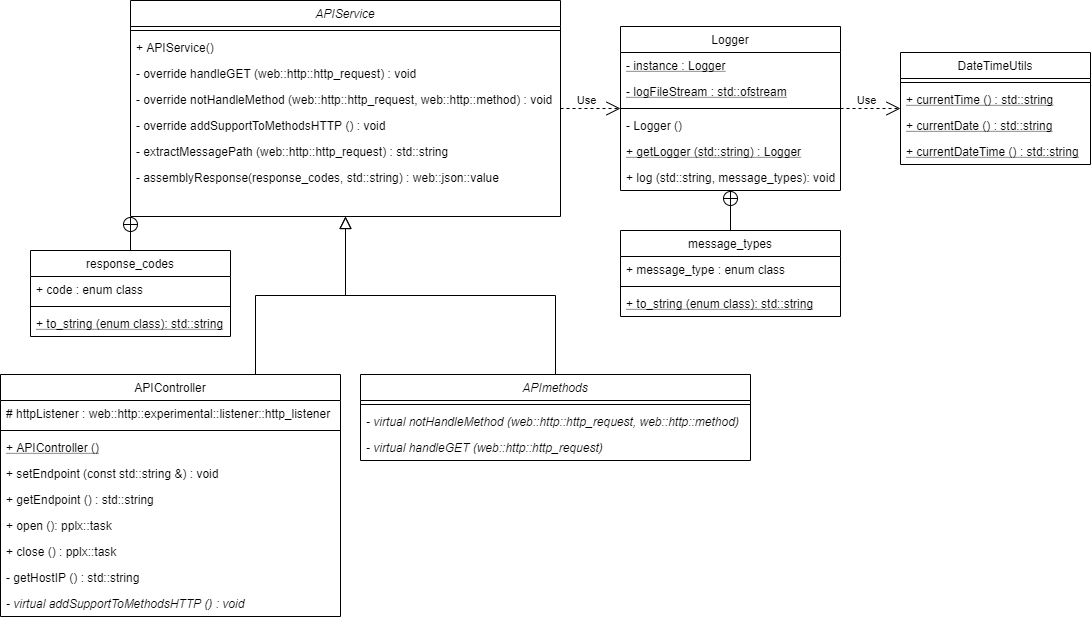
The draw.io diagram rest-api/documents/uml-class-diagram.png in MariMendM/cpp-sandbox, before a commit. Source tidied: cells renumbered, new cells last; positions are measured from the earlier drawing's top-left corner, leaving out a move shared by most shapes.
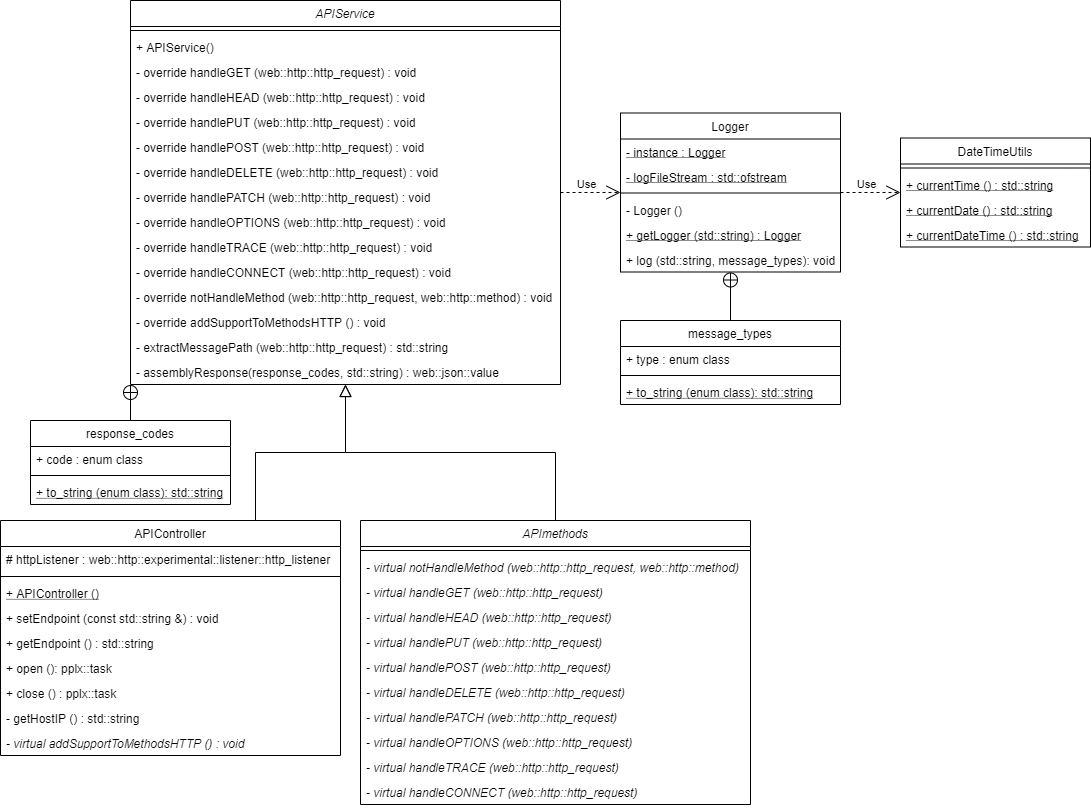
After the commit.

Diff of the diagram source:
```diff
@@ -3,31 +3,55 @@
     <mxCell id="0" />
     <mxCell id="1" parent="0" />
     <mxCell id="2" value="APIService" style="swimlane;fontStyle=2;align=center;verticalAlign=top;horizontal=1;startSize=26;rounded=0;shadow=0;strokeWidth=1;" parent="1" vertex="1">
-      <mxGeometry x="130" width="430" height="216" as="geometry" />
+      <mxGeometry x="140" y="-30" width="430" height="384" as="geometry" />
     </mxCell>
     <mxCell id="3" style="line;html=1;strokeWidth=1;align=left;verticalAlign=middle;spacingTop=-1;spacingLeft=3;spacingRight=3;labelPosition=right;" parent="2" vertex="1">
       <mxGeometry y="26" width="430" height="8" as="geometry" />
     </mxCell>
-    <mxCell id="4" value="+ APIService()" style="text;align=left;verticalAlign=top;spacingLeft=4;spacingRight=4;overflow=hidden;" parent="2" vertex="1">
-      <mxGeometry y="34" width="430" height="26" as="geometry" />
+    <mxCell id="4" value="+ APIService()" style="text;align=left;verticalAlign=top;spacingLeft=4;spacingRight=4;overflow=hidden;spacing=2;fontSize=12;" parent="2" vertex="1">
+      <mxGeometry y="34" width="430" height="25" as="geometry" />
     </mxCell>
-    <mxCell id="5" value="- override handleGET (web::http::http_request) : void" style="text;align=left;verticalAlign=top;spacingLeft=4;spacingRight=4;overflow=hidden;" parent="2" vertex="1">
-      <mxGeometry y="60" width="430" height="26" as="geometry" />
+    <mxCell id="5" value="- override handleGET (web::http::http_request) : void" style="text;align=left;verticalAlign=top;spacingLeft=4;spacingRight=4;overflow=hidden;spacing=2;fontSize=12;" parent="2" vertex="1">
+      <mxGeometry y="59" width="430" height="25" as="geometry" />
     </mxCell>
+    <mxCell id="50" value="- override handleHEAD (web::http::http_request) : void" style="text;align=left;verticalAlign=top;spacingLeft=4;spacingRight=4;overflow=hidden;fontStyle=0;spacing=2;fontSize=12;" parent="2" vertex="1">
+      <mxGeometry y="84" width="430" height="25" as="geometry" />
+    </mxCell>
+    <mxCell id="51" value="- override handlePUT (web::http::http_request) : void" style="text;align=left;verticalAlign=top;spacingLeft=4;spacingRight=4;overflow=hidden;fontStyle=0;spacing=2;fontSize=12;" parent="2" vertex="1">
+      <mxGeometry y="109" width="430" height="25" as="geometry" />
+    </mxCell>
+    <mxCell id="52" value="- override handlePOST (web::http::http_request) : void" style="text;align=left;verticalAlign=top;spacingLeft=4;spacingRight=4;overflow=hidden;fontStyle=0;spacing=2;fontSize=12;" parent="2" vertex="1">
+      <mxGeometry y="134" width="430" height="25" as="geometry" />
+    </mxCell>
+    <mxCell id="53" value="- override handleDELETE (web::http::http_request) : void" style="text;align=left;verticalAlign=top;spacingLeft=4;spacingRight=4;overflow=hidden;fontStyle=0;spacing=2;fontSize=12;" parent="2" vertex="1">
+      <mxGeometry y="159" width="430" height="25" as="geometry" />
+    </mxCell>
+    <mxCell id="54" value="- override handlePATCH (web::http::http_request) : void" style="text;align=left;verticalAlign=top;spacingLeft=4;spacingRight=4;overflow=hidden;fontStyle=0;spacing=2;fontSize=12;" parent="2" vertex="1">
+      <mxGeometry y="184" width="430" height="25" as="geometry" />
+    </mxCell>
+    <mxCell id="55" value="- override handleOPTIONS (web::http::http_request) : void" style="text;align=left;verticalAlign=top;spacingLeft=4;spacingRight=4;overflow=hidden;fontStyle=0;spacing=2;fontSize=12;" parent="2" vertex="1">
+      <mxGeometry y="209" width="430" height="25" as="geometry" />
+    </mxCell>
+    <mxCell id="56" value="- override handleTRACE (web::http::http_request) : void" style="text;align=left;verticalAlign=top;spacingLeft=4;spacingRight=4;overflow=hidden;fontStyle=0;spacing=2;fontSize=12;" parent="2" vertex="1">
+      <mxGeometry y="234" width="430" height="25" as="geometry" />
+    </mxCell>
+    <mxCell id="57" value="- override handleCONNECT (web::http::http_request) : void" style="text;align=left;verticalAlign=top;spacingLeft=4;spacingRight=4;overflow=hidden;fontStyle=0;spacing=2;fontSize=12;" parent="2" vertex="1">
+      <mxGeometry y="259" width="430" height="25" as="geometry" />
+    </mxCell>
-    <mxCell id="6" value="- override notHandleMethod (web::http::http_request, web::http::method) : void" style="text;align=left;verticalAlign=top;spacingLeft=4;spacingRight=4;overflow=hidden;" parent="2" vertex="1">
-      <mxGeometry y="86" width="430" height="26" as="geometry" />
+    <mxCell id="6" value="- override notHandleMethod (web::http::http_request, web::http::method) : void" style="text;align=left;verticalAlign=top;spacingLeft=4;spacingRight=4;overflow=hidden;spacing=2;fontSize=12;" parent="2" vertex="1">
+      <mxGeometry y="284" width="430" height="25" as="geometry" />
     </mxCell>
-    <mxCell id="7" value="- override addSupportToMethodsHTTP () : void" style="text;align=left;verticalAlign=top;spacingLeft=4;spacingRight=4;overflow=hidden;" parent="2" vertex="1">
-      <mxGeometry y="112" width="430" height="26" as="geometry" />
+    <mxCell id="7" value="- override addSupportToMethodsHTTP () : void" style="text;align=left;verticalAlign=top;spacingLeft=4;spacingRight=4;overflow=hidden;spacing=2;fontSize=12;" parent="2" vertex="1">
+      <mxGeometry y="309" width="430" height="25" as="geometry" />
     </mxCell>
-    <mxCell id="8" value="- extractMessagePath (web::http::http_request) : std::string" style="text;align=left;verticalAlign=top;spacingLeft=4;spacingRight=4;overflow=hidden;" parent="2" vertex="1">
-      <mxGeometry y="138" width="430" height="26" as="geometry" />
+    <mxCell id="8" value="- extractMessagePath (web::http::http_request) : std::string" style="text;align=left;verticalAlign=top;spacingLeft=4;spacingRight=4;overflow=hidden;spacing=2;fontSize=12;" parent="2" vertex="1">
+      <mxGeometry y="334" width="430" height="25" as="geometry" />
     </mxCell>
-    <mxCell id="9" value="- assemblyResponse(response_codes, std::string) : web::json::value" style="text;align=left;verticalAlign=top;spacingLeft=4;spacingRight=4;overflow=hidden;" parent="2" vertex="1">
-      <mxGeometry y="164" width="430" height="26" as="geometry" />
+    <mxCell id="9" value="- assemblyResponse(response_codes, std::string) : web::json::value" style="text;align=left;verticalAlign=top;spacingLeft=4;spacingRight=4;overflow=hidden;spacing=2;fontSize=12;" parent="2" vertex="1">
+      <mxGeometry y="359" width="430" height="25" as="geometry" />
     </mxCell>
     <mxCell id="10" value="APIController" style="swimlane;fontStyle=0;align=center;verticalAlign=top;horizontal=1;startSize=26;rounded=0;shadow=0;strokeWidth=1;" parent="1" vertex="1">
-      <mxGeometry y="374" width="340" height="242" as="geometry" />
+      <mxGeometry x="10" y="490" width="340" height="235" as="geometry" />
     </mxCell>
     <mxCell id="11" value="# httpListener : web::http::experimental::listener::http_listener" style="text;align=left;verticalAlign=top;spacingLeft=4;spacingRight=4;overflow=hidden;" parent="10" vertex="1">
       <mxGeometry y="26" width="340" height="26" as="geometry" />
@@ -36,62 +60,86 @@
       <mxGeometry y="52" width="340" height="8" as="geometry" />
     </mxCell>
     <mxCell id="13" value="+ APIController ()" style="text;align=left;verticalAlign=top;spacingLeft=4;spacingRight=4;overflow=hidden;fontStyle=4;" parent="10" vertex="1">
-      <mxGeometry y="60" width="340" height="26" as="geometry" />
+      <mxGeometry y="60" width="340" height="25" as="geometry" />
     </mxCell>
     <mxCell id="14" value="+ setEndpoint (const std::string &amp;) : void" style="text;align=left;verticalAlign=top;spacingLeft=4;spacingRight=4;overflow=hidden;" parent="10" vertex="1">
-      <mxGeometry y="86" width="340" height="26" as="geometry" />
+      <mxGeometry y="85" width="340" height="25" as="geometry" />
     </mxCell>
     <mxCell id="15" value="+ getEndpoint () : std::string" style="text;align=left;verticalAlign=top;spacingLeft=4;spacingRight=4;overflow=hidden;" parent="10" vertex="1">
-      <mxGeometry y="112" width="340" height="26" as="geometry" />
+      <mxGeometry y="110" width="340" height="25" as="geometry" />
     </mxCell>
     <mxCell id="16" value="+ open (): pplx::task" style="text;align=left;verticalAlign=top;spacingLeft=4;spacingRight=4;overflow=hidden;" parent="10" vertex="1">
-      <mxGeometry y="138" width="340" height="26" as="geometry" />
+      <mxGeometry y="135" width="340" height="25" as="geometry" />
     </mxCell>
     <mxCell id="17" value="+ close () : pplx::task" style="text;align=left;verticalAlign=top;spacingLeft=4;spacingRight=4;overflow=hidden;" parent="10" vertex="1">
-      <mxGeometry y="164" width="340" height="26" as="geometry" />
+      <mxGeometry y="160" width="340" height="25" as="geometry" />
     </mxCell>
     <mxCell id="18" value="- getHostIP () : std::string" style="text;align=left;verticalAlign=top;spacingLeft=4;spacingRight=4;overflow=hidden;fontStyle=0;" parent="10" vertex="1">
-      <mxGeometry y="190" width="340" height="26" as="geometry" />
+      <mxGeometry y="185" width="340" height="25" as="geometry" />
     </mxCell>
     <mxCell id="19" value="- virtual addSupportToMethodsHTTP () : void" style="text;align=left;verticalAlign=top;spacingLeft=4;spacingRight=4;overflow=hidden;fontStyle=2;" parent="10" vertex="1">
-      <mxGeometry y="216" width="340" height="26" as="geometry" />
+      <mxGeometry y="210" width="340" height="25" as="geometry" />
     </mxCell>
     <mxCell id="20" style="endArrow=block;endSize=10;endFill=0;shadow=0;strokeWidth=1;rounded=0;edgeStyle=elbowEdgeStyle;elbow=vertical;exitX=0.75;exitY=0;exitDx=0;exitDy=0;" parent="1" edge="1" source="10" target="2">
       <mxGeometry relative="1" as="geometry" />
     </mxCell>
     <mxCell id="21" value="Logger" style="swimlane;fontStyle=0;align=center;verticalAlign=top;horizontal=1;startSize=26;rounded=0;shadow=0;strokeWidth=1;" parent="1" vertex="1">
-      <mxGeometry x="620" y="26" width="220" height="164" as="geometry" />
+      <mxGeometry x="630" y="82.5" width="220" height="159" as="geometry" />
     </mxCell>
     <mxCell id="22" value="- instance : Logger" style="text;align=left;verticalAlign=top;spacingLeft=4;spacingRight=4;overflow=hidden;fontStyle=4;" parent="21" vertex="1">
-      <mxGeometry y="26" width="220" height="26" as="geometry" />
+      <mxGeometry y="26" width="220" height="25" as="geometry" />
     </mxCell>
     <mxCell id="23" value="- logFileStream : std::ofstream" style="text;align=left;verticalAlign=top;spacingLeft=4;spacingRight=4;overflow=hidden;fontStyle=4;" parent="21" vertex="1">
-      <mxGeometry y="52" width="220" height="26" as="geometry" />
+      <mxGeometry y="51" width="220" height="25" as="geometry" />
     </mxCell>
     <mxCell id="24" style="line;html=1;strokeWidth=1;align=left;verticalAlign=middle;spacingTop=-1;spacingLeft=3;spacingRight=3;labelPosition=right;" parent="21" vertex="1">
-      <mxGeometry y="78" width="220" height="8" as="geometry" />
+      <mxGeometry y="76" width="220" height="8" as="geometry" />
     </mxCell>
     <mxCell id="25" value="- Logger ()" style="text;align=left;verticalAlign=top;spacingLeft=4;spacingRight=4;overflow=hidden;" parent="21" vertex="1">
-      <mxGeometry y="86" width="220" height="26" as="geometry" />
+      <mxGeometry y="84" width="220" height="25" as="geometry" />
     </mxCell>
     <mxCell id="26" value="+ getLogger (std::string) : Logger" style="text;align=left;verticalAlign=top;spacingLeft=4;spacingRight=4;overflow=hidden;fontStyle=4;" parent="21" vertex="1">
-      <mxGeometry y="112" width="220" height="26" as="geometry" />
+      <mxGeometry y="109" width="220" height="25" as="geometry" />
     </mxCell>
     <mxCell id="27" value="+ log (std::string, message_types): void" style="text;align=left;verticalAlign=top;spacingLeft=4;spacingRight=4;overflow=hidden;" parent="21" vertex="1">
-      <mxGeometry y="138" width="220" height="26" as="geometry" />
+      <mxGeometry y="134" width="220" height="25" as="geometry" />
     </mxCell>
     <mxCell id="28" value="APImethods" style="swimlane;fontStyle=2;align=center;verticalAlign=top;horizontal=1;startSize=26;rounded=0;shadow=0;strokeWidth=1;" parent="1" vertex="1">
-      <mxGeometry x="360" y="374" width="390" height="86" as="geometry" />
+      <mxGeometry x="370" y="490" width="390" height="284" as="geometry" />
     </mxCell>
     <mxCell id="29" style="line;html=1;strokeWidth=1;align=left;verticalAlign=middle;spacingTop=-1;spacingLeft=3;spacingRight=3;labelPosition=right;" parent="28" vertex="1">
       <mxGeometry y="26" width="390" height="8" as="geometry" />
     </mxCell>
     <mxCell id="30" value="- virtual notHandleMethod (web::http::http_request, web::http::method)" style="text;align=left;verticalAlign=top;spacingLeft=4;spacingRight=4;overflow=hidden;fontStyle=2;" parent="28" vertex="1">
-      <mxGeometry y="34" width="390" height="26" as="geometry" />
+      <mxGeometry y="34" width="390" height="25" as="geometry" />
     </mxCell>
     <mxCell id="31" value="- virtual handleGET (web::http::http_request)" style="text;align=left;verticalAlign=top;spacingLeft=4;spacingRight=4;overflow=hidden;fontStyle=2;" parent="28" vertex="1">
-      <mxGeometry y="60" width="390" height="26" as="geometry" />
+      <mxGeometry y="59" width="390" height="25" as="geometry" />
     </mxCell>
+    <mxCell id="58" value="- virtual handleHEAD (web::http::http_request)" style="text;align=left;verticalAlign=top;spacingLeft=4;spacingRight=4;overflow=hidden;fontStyle=2;" parent="28" vertex="1">
+      <mxGeometry y="84" width="390" height="25" as="geometry" />
+    </mxCell>
+    <mxCell id="59" value="- virtual handlePUT (web::http::http_request)" style="text;align=left;verticalAlign=top;spacingLeft=4;spacingRight=4;overflow=hidden;fontStyle=2;" parent="28" vertex="1">
+      <mxGeometry y="109" width="390" height="25" as="geometry" />
+    </mxCell>
+    <mxCell id="60" value="- virtual handlePOST (web::http::http_request)" style="text;align=left;verticalAlign=top;spacingLeft=4;spacingRight=4;overflow=hidden;fontStyle=2;" parent="28" vertex="1">
+      <mxGeometry y="134" width="390" height="25" as="geometry" />
+    </mxCell>
+    <mxCell id="61" value="- virtual handleDELETE (web::http::http_request)" style="text;align=left;verticalAlign=top;spacingLeft=4;spacingRight=4;overflow=hidden;fontStyle=2;" parent="28" vertex="1">
+      <mxGeometry y="159" width="390" height="25" as="geometry" />
+    </mxCell>
+    <mxCell id="62" value="- virtual handlePATCH (web::http::http_request)" style="text;align=left;verticalAlign=top;spacingLeft=4;spacingRight=4;overflow=hidden;fontStyle=2;" parent="28" vertex="1">
+      <mxGeometry y="184" width="390" height="25" as="geometry" />
+    </mxCell>
+    <mxCell id="63" value="- virtual handleOPTIONS (web::http::http_request)" style="text;align=left;verticalAlign=top;spacingLeft=4;spacingRight=4;overflow=hidden;fontStyle=2;" parent="28" vertex="1">
+      <mxGeometry y="209" width="390" height="25" as="geometry" />
+    </mxCell>
+    <mxCell id="64" value="- virtual handleTRACE (web::http::http_request)" style="text;align=left;verticalAlign=top;spacingLeft=4;spacingRight=4;overflow=hidden;fontStyle=2;" parent="28" vertex="1">
+      <mxGeometry y="234" width="390" height="25" as="geometry" />
+    </mxCell>
+    <mxCell id="65" value="- virtual handleCONNECT (web::http::http_request)" style="text;align=left;verticalAlign=top;spacingLeft=4;spacingRight=4;overflow=hidden;fontStyle=2;" parent="28" vertex="1">
+      <mxGeometry y="259" width="390" height="25" as="geometry" />
+    </mxCell>
     <mxCell id="32" value="Use" style="endArrow=open;endSize=12;dashed=1;html=1;" parent="1" edge="1" source="2" target="21">
       <mxGeometry x="-0.14" y="8" relative="1" as="geometry" />
     </mxCell>
@@ -99,49 +147,49 @@
       <mxGeometry relative="1" as="geometry" />
     </mxCell>
     <mxCell id="34" value="message_types" style="swimlane;fontStyle=0;align=center;verticalAlign=top;horizontal=1;startSize=26;rounded=0;shadow=0;strokeWidth=1;" parent="1" vertex="1">
-      <mxGeometry x="620" y="230" width="220" height="86" as="geometry" />
+      <mxGeometry x="630" y="290" width="220" height="84" as="geometry" />
     </mxCell>
-    <mxCell id="35" value="+ message_type : enum class" style="text;align=left;verticalAlign=top;spacingLeft=4;spacingRight=4;overflow=hidden;fontStyle=0;" parent="34" vertex="1">
-      <mxGeometry y="26" width="220" height="26" as="geometry" />
+    <mxCell id="35" value="+ type : enum class" style="text;align=left;verticalAlign=top;spacingLeft=4;spacingRight=4;overflow=hidden;fontStyle=0;" parent="34" vertex="1">
+      <mxGeometry y="26" width="220" height="25" as="geometry" />
     </mxCell>
     <mxCell id="36" style="line;html=1;strokeWidth=1;align=left;verticalAlign=middle;spacingTop=-1;spacingLeft=3;spacingRight=3;labelPosition=right;" parent="34" vertex="1">
-      <mxGeometry y="52" width="220" height="8" as="geometry" />
+      <mxGeometry y="51" width="220" height="8" as="geometry" />
     </mxCell>
     <mxCell id="37" value="+ to_string (enum class): std::string" style="text;align=left;verticalAlign=top;spacingLeft=4;spacingRight=4;overflow=hidden;fontStyle=4;" parent="34" vertex="1">
-      <mxGeometry y="60" width="220" height="26" as="geometry" />
+      <mxGeometry y="59" width="220" height="25" as="geometry" />
     </mxCell>
     <mxCell id="38" style="endArrow=block;endSize=10;endFill=0;shadow=0;strokeWidth=1;rounded=0;edgeStyle=elbowEdgeStyle;elbow=vertical;exitX=0.5;exitY=0;exitDx=0;exitDy=0;" parent="1" edge="1" source="28" target="2">
       <mxGeometry relative="1" as="geometry" />
     </mxCell>
     <mxCell id="39" value="DateTimeUtils" style="swimlane;fontStyle=0;align=center;verticalAlign=top;horizontal=1;startSize=26;rounded=0;shadow=0;strokeWidth=1;" parent="1" vertex="1">
-      <mxGeometry x="900" y="52" width="190" height="112" as="geometry" />
+      <mxGeometry x="910" y="107.5" width="190" height="109" as="geometry" />
     </mxCell>
     <mxCell id="40" style="line;html=1;strokeWidth=1;align=left;verticalAlign=middle;spacingTop=-1;spacingLeft=3;spacingRight=3;labelPosition=right;" parent="39" vertex="1">
       <mxGeometry y="26" width="190" height="8" as="geometry" />
     </mxCell>
     <mxCell id="41" value="+ currentTime () : std::string" style="text;align=left;verticalAlign=top;spacingLeft=4;spacingRight=4;overflow=hidden;fontStyle=4;" parent="39" vertex="1">
-      <mxGeometry y="34" width="190" height="26" as="geometry" />
+      <mxGeometry y="34" width="190" height="25" as="geometry" />
     </mxCell>
     <mxCell id="42" value="+ currentDate () : std::string" style="text;align=left;verticalAlign=top;spacingLeft=4;spacingRight=4;overflow=hidden;fontStyle=4;" parent="39" vertex="1">
-      <mxGeometry y="60" width="190" height="26" as="geometry" />
+      <mxGeometry y="59" width="190" height="25" as="geometry" />
     </mxCell>
     <mxCell id="43" value="+ currentDateTime () : std::string" style="text;align=left;verticalAlign=top;spacingLeft=4;spacingRight=4;overflow=hidden;fontStyle=4;" parent="39" vertex="1">
-      <mxGeometry y="86" width="190" height="26" as="geometry" />
+      <mxGeometry y="84" width="190" height="25" as="geometry" />
     </mxCell>
     <mxCell id="44" value="Use" style="endArrow=open;endSize=12;dashed=1;html=1;" parent="1" edge="1" source="21" target="39">
       <mxGeometry x="-0.14" y="8" relative="1" as="geometry" />
     </mxCell>
     <mxCell id="45" value="response_codes" style="swimlane;fontStyle=0;align=center;verticalAlign=top;horizontal=1;startSize=26;rounded=0;shadow=0;strokeWidth=1;" parent="1" vertex="1">
-      <mxGeometry x="30" y="250" width="200" height="86" as="geometry" />
+      <mxGeometry x="40" y="390" width="200" height="84" as="geometry" />
     </mxCell>
     <mxCell id="46" value="+ code : enum class" style="text;align=left;verticalAlign=top;spacingLeft=4;spacingRight=4;overflow=hidden;fontStyle=0;" parent="45" vertex="1">
-      <mxGeometry y="26" width="200" height="26" as="geometry" />
+      <mxGeometry y="26" width="200" height="25" as="geometry" />
     </mxCell>
     <mxCell id="47" style="line;html=1;strokeWidth=1;align=left;verticalAlign=middle;spacingTop=-1;spacingLeft=3;spacingRight=3;labelPosition=right;" parent="45" vertex="1">
-      <mxGeometry y="52" width="200" height="8" as="geometry" />
+      <mxGeometry y="51" width="200" height="8" as="geometry" />
     </mxCell>
     <mxCell id="48" value="+ to_string (enum class): std::string" style="text;align=left;verticalAlign=top;spacingLeft=4;spacingRight=4;overflow=hidden;fontStyle=4;" parent="45" vertex="1">
-      <mxGeometry y="60" width="200" height="26" as="geometry" />
+      <mxGeometry y="59" width="200" height="25" as="geometry" />
     </mxCell>
     <mxCell id="49" style="endArrow=none;startArrow=circlePlus;endFill=0;startFill=0;endSize=8;html=1;entryX=0.5;entryY=0;entryDx=0;entryDy=0;exitX=0;exitY=1;exitDx=0;exitDy=0;" parent="1" edge="1" source="2" target="45">
       <mxGeometry relative="1" as="geometry" />
```
